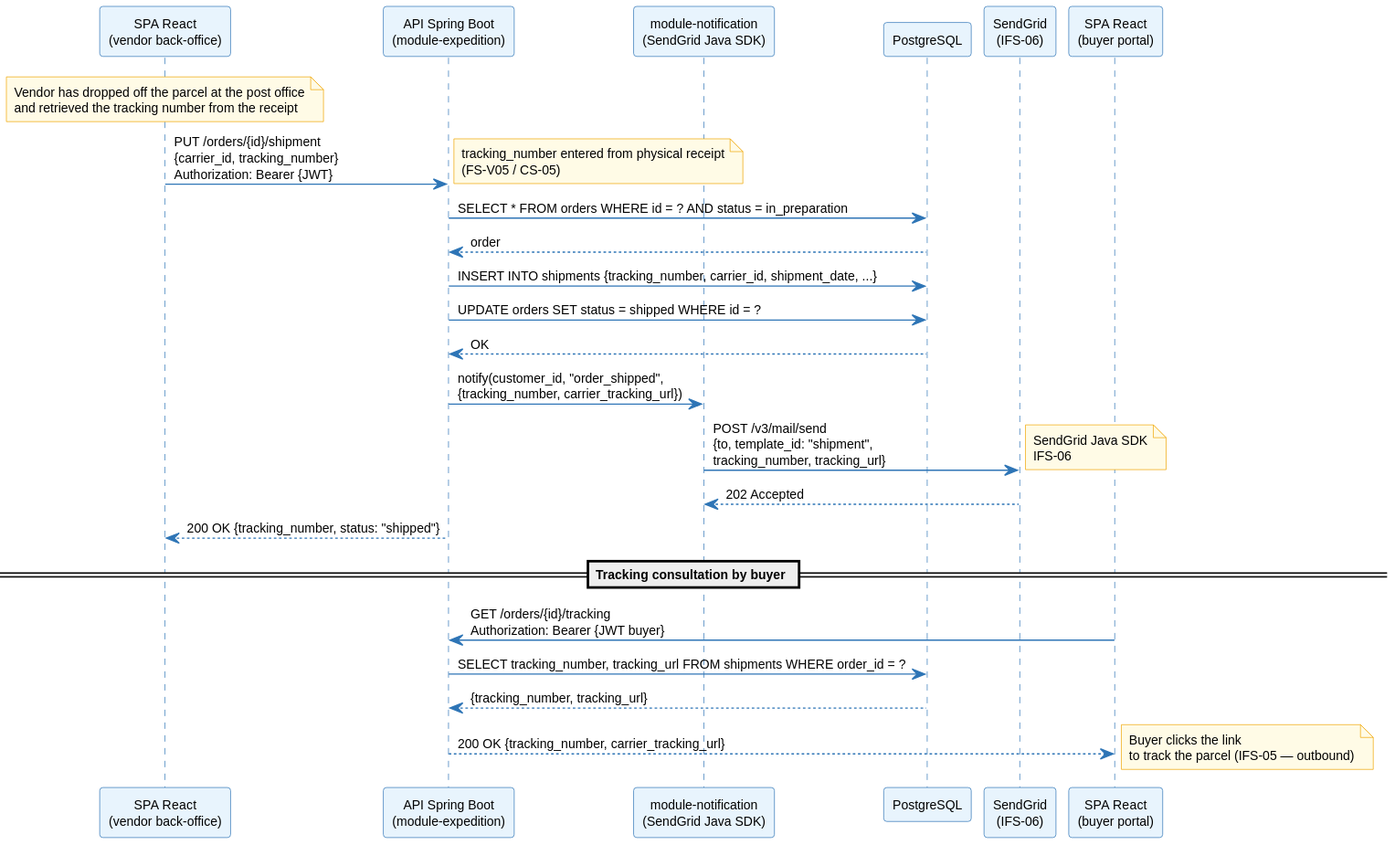
louistalvande/online_shop keeps this PlantUML diagram as architecture/04-physical-architecture/diagrams/pa-sequence-expedition.svg. Above is the earlier version.
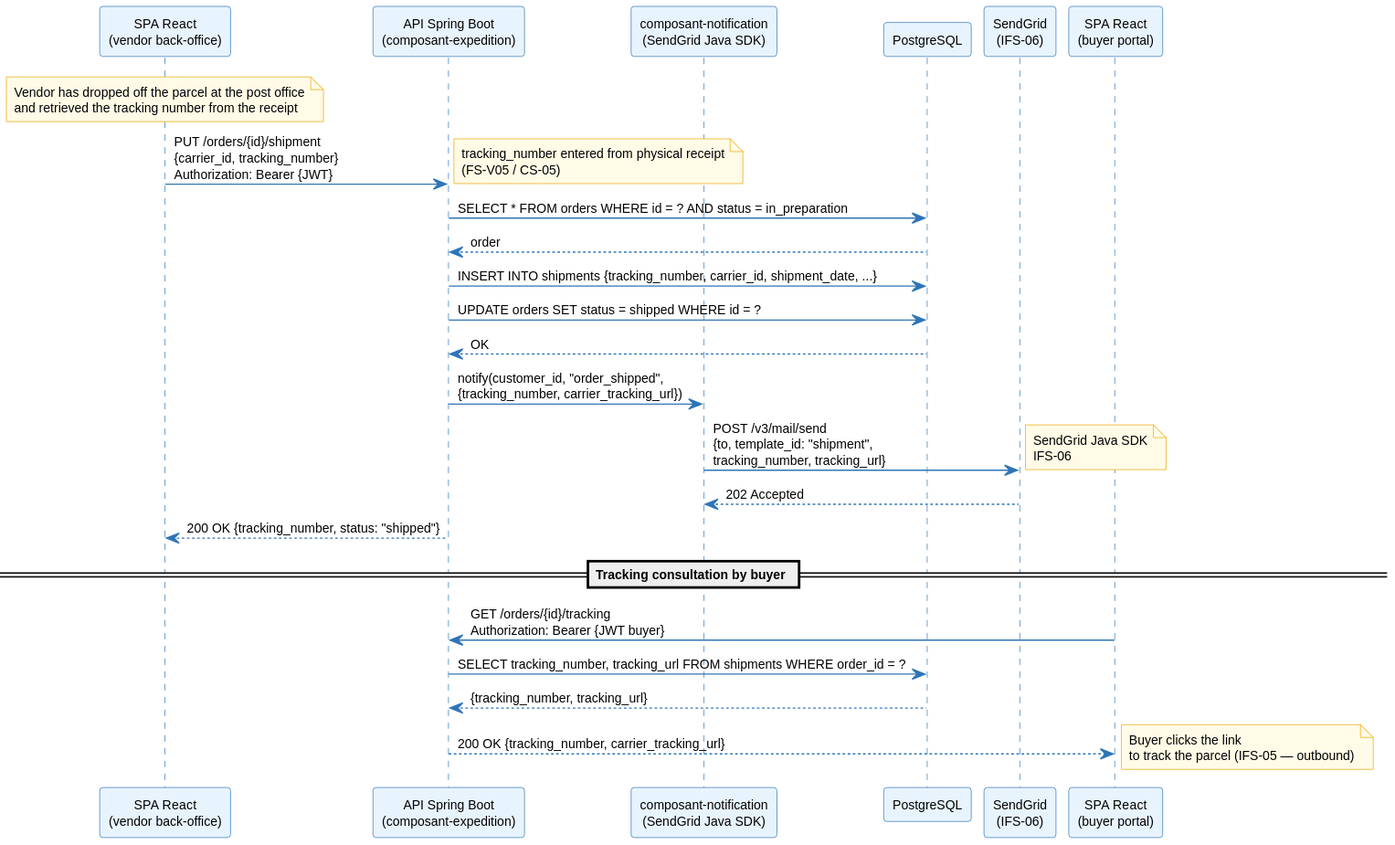
Above is the later version.

What changed in the source:
```diff
@@ -8,8 +8,8 @@
 skinparam defaultFontSize 10
 
 participant "SPA React\n(vendor back-office)" as SPA
-participant "API Spring Boot\n(module-expedition)" as API
-participant "module-notification\n(SendGrid Java SDK)" as NotifMod
+participant "API Spring Boot\n(composant-expedition)" as API
+participant "composant-notification\n(SendGrid Java SDK)" as NotifMod
 participant "PostgreSQL" as PG
 participant "SendGrid\n(IFS-06)" as Mail
 
```
